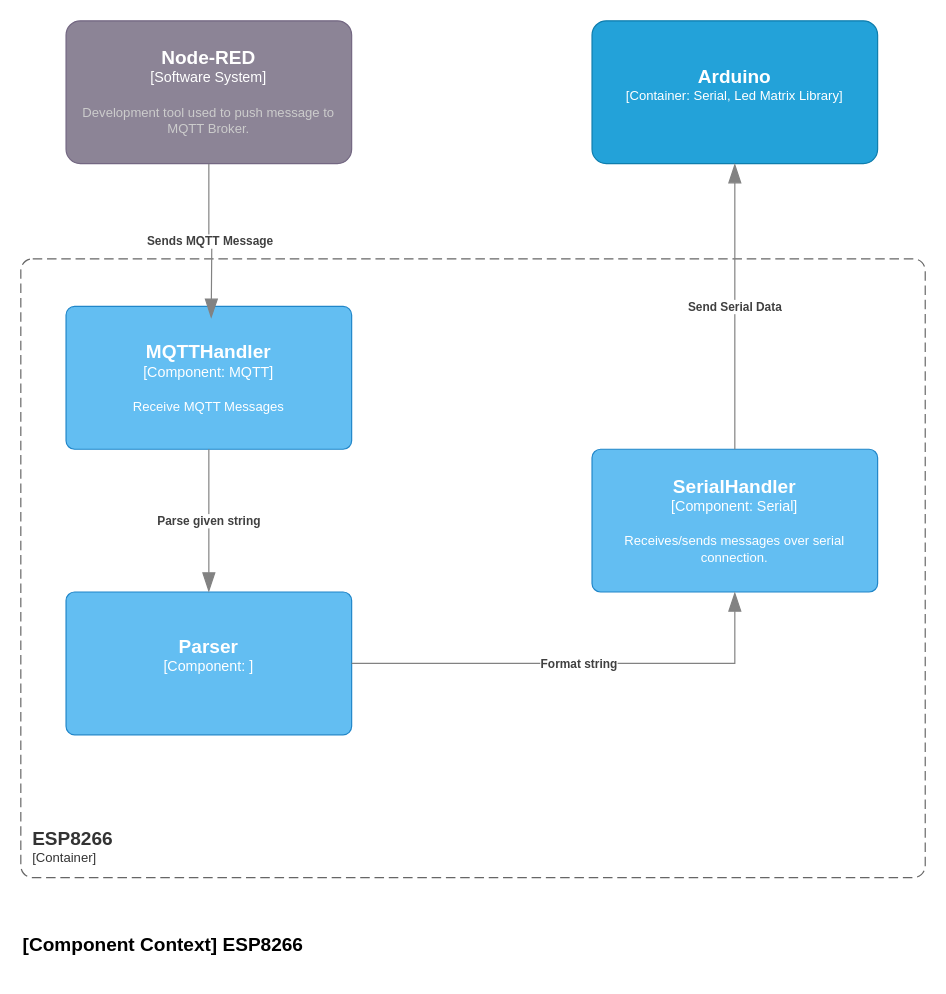
The draw.io diagram page "c3_esp" (3 of 10) of doc/led_matrix_controller_design.drawio in Brentem/Led-Matrix-Controller-Brent, before the edit. Source tidied: cells renumbered, new cells numbered last; positions are measured from the earlier drawing's top-left corner, leaving out a move shared by most shapes. Both pictures are drawn from the tidied source at 119%, with x=0, y=0 at pixel (20, 20).
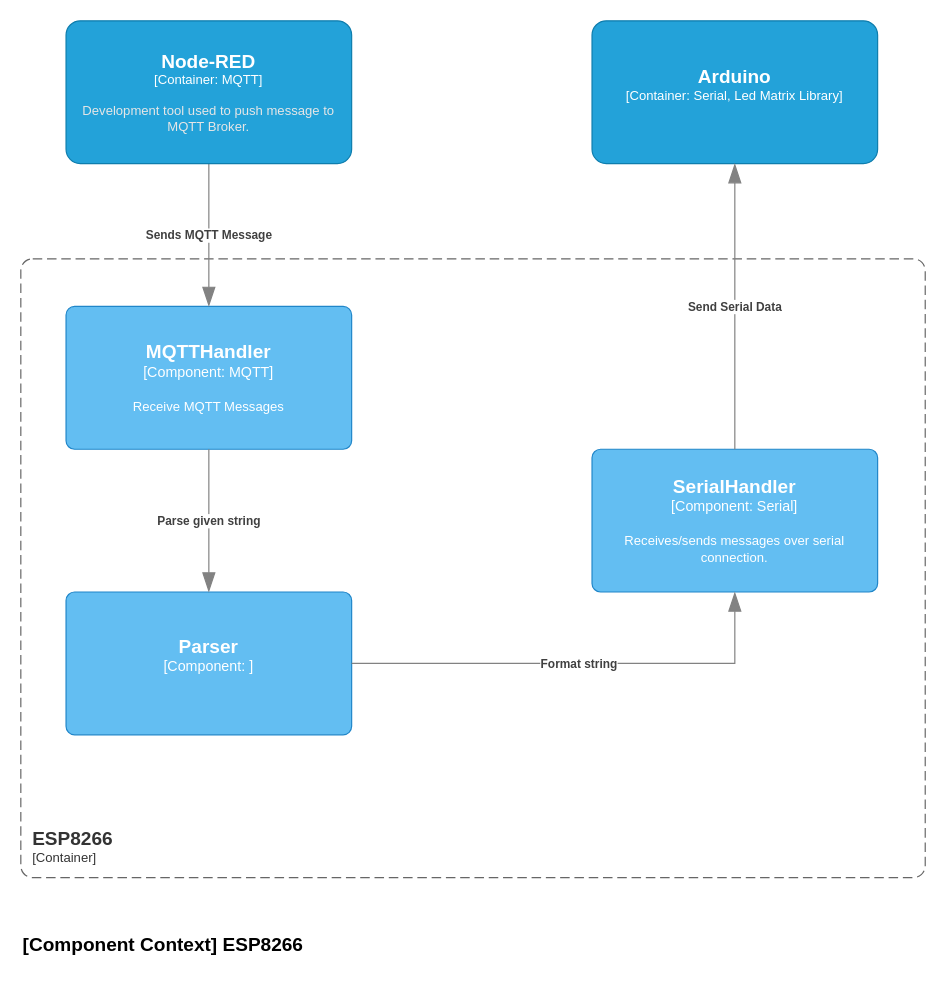
The same diagram, later.

The change refers to these unchanged cells:
```xml
<object id="6" label="&lt;font style=&quot;font-size: 16px&quot;&gt;&lt;b&gt;%c4Name%&lt;/b&gt;&lt;/font&gt;&lt;div&gt;[%c4Type%: %c4Technology%]&lt;/div&gt;&lt;br&gt;&lt;div&gt;&lt;font style=&quot;font-size: 11px&quot;&gt;%c4Description%&lt;/font&gt;&lt;/div&gt;" c4Description="Receive MQTT Messages" c4Name="MQTTHandler" c4Technology="MQTT" c4Type="Component" placeholders="1">
  <mxCell style="rounded=1;whiteSpace=wrap;html=1;labelBackgroundColor=none;fillColor=#63BEF2;fontColor=#ffffff;align=center;arcSize=6;strokeColor=#2086C9;points=[[0.25,0,0],[0.5,0,0],[0.75,0,0],[1,0.25,0],[1,0.5,0],[1,0.75,0],[0.75,1,0],[0.5,1,0],[0.25,1,0],[0,0.75,0],[0,0.5,0],[0,0.25,0]];" parent="1" vertex="1">
    <mxGeometry x="38" y="240" width="240" height="120" as="geometry" />
  </mxCell>
</object>
```

What changed in the source:
```diff
@@
-    <object id="7" label="&lt;font style=&quot;font-size: 16px&quot;&gt;&lt;b&gt;%c4Name%&lt;/b&gt;&lt;/font&gt;&lt;div&gt;[%c4Type%]&lt;/div&gt;&lt;br&gt;&lt;div&gt;&lt;font style=&quot;font-size: 11px&quot;&gt;&lt;font color=&quot;#cccccc&quot;&gt;%c4Description%&lt;/font&gt;&lt;/div&gt;" c4Description="Development tool used to push message to MQTT Broker." c4Name="Node-RED" c4Type="Software System" placeholders="1">
-      <mxCell style="rounded=1;whiteSpace=wrap;html=1;labelBackgroundColor=none;fillColor=#8C8496;fontColor=#ffffff;align=center;arcSize=10;strokeColor=#736782;points=[[0.25,0,0],[0.5,0,0],[0.75,0,0],[1,0.25,0],[1,0.5,0],[1,0.75,0],[0.75,1,0],[0.5,1,0],[0.25,1,0],[0,0.75,0],[0,0.5,0],[0,0.25,0]];" parent="1" vertex="1">
-        <mxGeometry x="38" width="240" height="120" as="geometry" />
-      </mxCell>
-    </object>
     <object id="8" label="&lt;div style=&quot;text-align: left&quot;&gt;&lt;div style=&quot;text-align: center&quot;&gt;&lt;b&gt;%c4Description%&lt;/b&gt;&lt;/div&gt;" c4Description="Sends MQTT Message" placeholders="1">
-      <mxCell style="endArrow=blockThin;html=1;fontSize=10;fontColor=#404040;strokeWidth=1;endFill=1;strokeColor=#828282;elbow=vertical;endSize=14;startSize=14;jumpStyle=arc;jumpSize=16;rounded=0;edgeStyle=orthogonalEdgeStyle;exitX=0.5;exitY=1;exitDx=0;exitDy=0;exitPerimeter=0;" parent="1" edge="1" source="7">
-        <mxGeometry relative="1" as="geometry">
-          <mxPoint x="160" y="250" as="targetPoint" />
-        </mxGeometry>
+      <mxCell style="endArrow=blockThin;html=1;fontSize=10;fontColor=#404040;strokeWidth=1;endFill=1;strokeColor=#828282;elbow=vertical;endSize=14;startSize=14;jumpStyle=arc;jumpSize=16;rounded=0;edgeStyle=orthogonalEdgeStyle;exitX=0.5;exitY=1;exitDx=0;exitDy=0;exitPerimeter=0;entryX=0.5;entryY=0;entryDx=0;entryDy=0;entryPerimeter=0;" parent="1" edge="1" source="13" target="6">
+        <mxGeometry relative="1" as="geometry" />
       </mxCell>
     </object>
@@
+    <object id="13" label="&lt;font style=&quot;font-size: 16px&quot;&gt;&lt;b&gt;%c4Name%&lt;/b&gt;&lt;/font&gt;&lt;div&gt;[%c4Type%: %c4Technology%]&lt;/div&gt;&lt;br&gt;&lt;div&gt;&lt;font style=&quot;font-size: 11px&quot;&gt;&lt;font color=&quot;#E6E6E6&quot;&gt;%c4Description%&lt;/font&gt;&lt;/div&gt;" c4Description="Development tool used to push message to MQTT Broker." c4Name="Node-RED" c4Technology="MQTT" c4Type="Container" placeholders="1">
+      <mxCell style="rounded=1;whiteSpace=wrap;html=1;fontSize=11;labelBackgroundColor=none;fillColor=#23A2D9;fontColor=#ffffff;align=center;arcSize=10;strokeColor=#0E7DAD;points=[[0.25,0,0],[0.5,0,0],[0.75,0,0],[1,0.25,0],[1,0.5,0],[1,0.75,0],[0.75,1,0],[0.5,1,0],[0.25,1,0],[0,0.75,0],[0,0.5,0],[0,0.25,0]];" parent="1" vertex="1">
+        <mxGeometry x="38" width="240" height="120" as="geometry" />
+      </mxCell>
+    </object>
```
